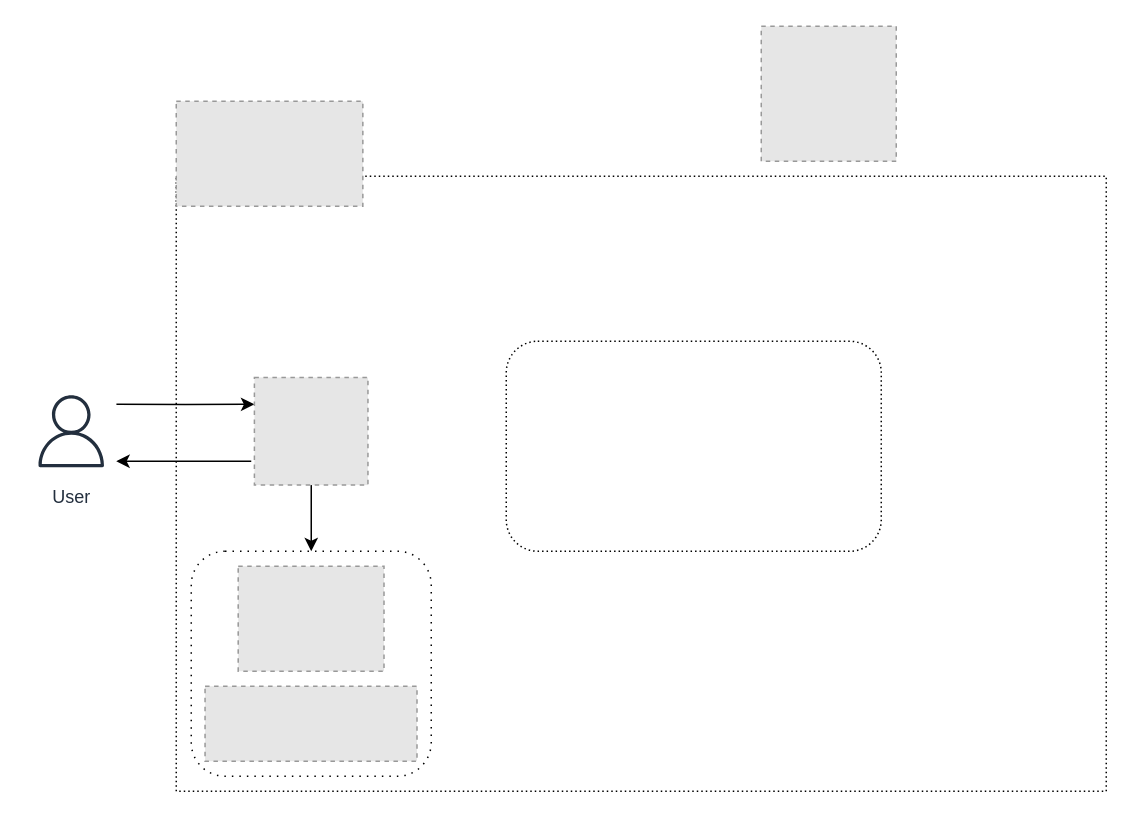
The draw.io diagram Untitled Diagram.drawio in seojinkim02/seojinkim02, before the edit. Source tidied: cells renumbered, new cells numbered last; positions are measured from the earlier drawing's top-left corner, leaving out a move shared by most shapes. Both pictures are drawn from the tidied source at 150%, with x=0, y=0 at pixel (26, 26). Pictures stored in the file or linked from it are replaced by grey dashed boxes.
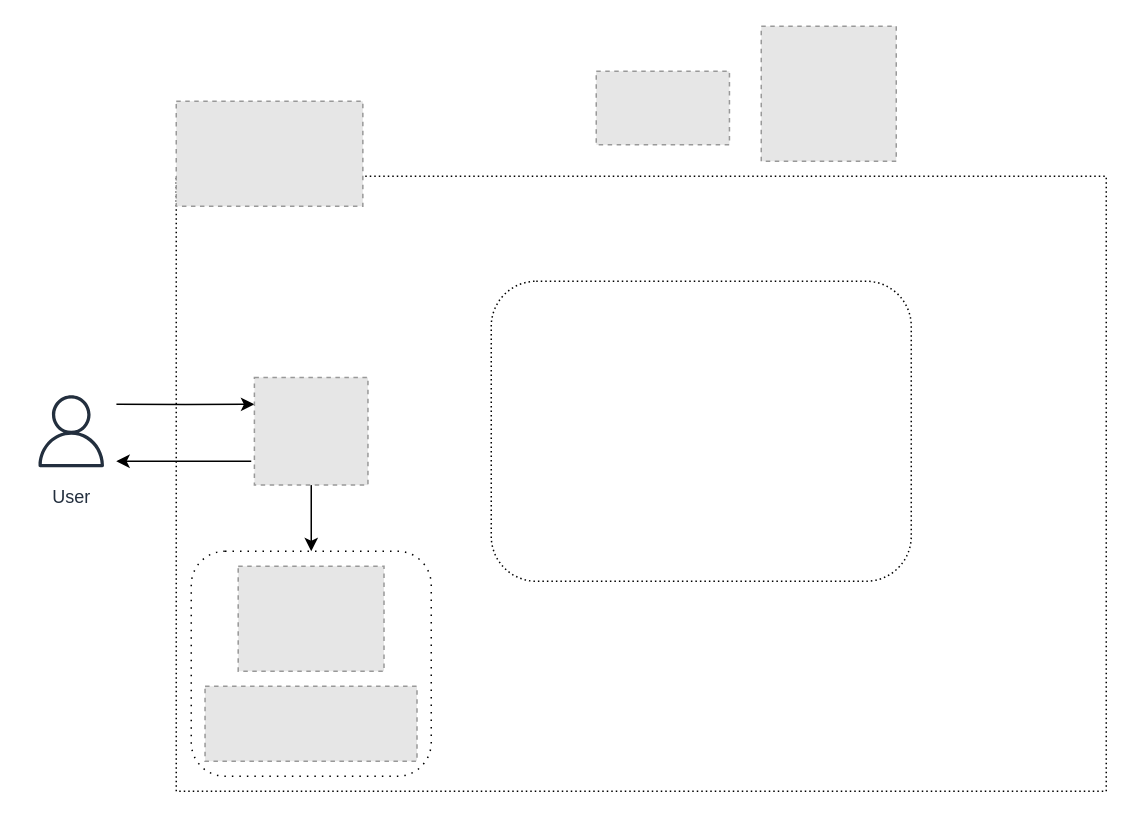
The same page after the edit.

What changed in the source:
```diff
@@
 <mxGraphModel>
   <root>
     <mxCell id="0" />
     <mxCell id="1" parent="0" />
     <mxCell id="2" style="rounded=0;whiteSpace=wrap;html=1;fillColor=none;dashed=1;dashPattern=1 2;" parent="1" vertex="1">
       <mxGeometry x="100" y="100" width="620" height="410" as="geometry" />
     </mxCell>
     <mxCell id="3" style="rounded=1;whiteSpace=wrap;html=1;fillColor=none;dashed=1;dashPattern=1 4;" parent="1" vertex="1">
       <mxGeometry x="110" y="350" width="160" height="150" as="geometry" />
     </mxCell>
     <mxCell id="4" style="edgeStyle=orthogonalEdgeStyle;rounded=0;jettySize=auto;html=1;entryX=0;entryY=0.25;entryDx=0;entryDy=0;exitX=1;exitY=0.201;exitDx=0;exitDy=0;exitPerimeter=0;" parent="1" edge="1" source="5" target="8">
       <mxGeometry relative="1" as="geometry" />
     </mxCell>
     <mxCell id="5" value="User" style="sketch=0;outlineConnect=0;fontColor=#232F3E;gradientColor=none;strokeColor=#232F3E;fillColor=#ffffff;dashed=0;verticalLabelPosition=bottom;verticalAlign=top;align=center;html=1;fontSize=12;fontStyle=0;shape=mxgraph.aws4.resourceIcon;resIcon=mxgraph.aws4.user;" parent="1" vertex="1">
       <mxGeometry y="240" width="60" height="60" as="geometry" />
     </mxCell>
     <mxCell id="6" style="edgeStyle=orthogonalEdgeStyle;rounded=0;jettySize=auto;html=1;entryX=0.5;entryY=0;entryDx=0;entryDy=0;" parent="1" edge="1" source="8" target="3">
       <mxGeometry relative="1" as="geometry" />
     </mxCell>
     <mxCell id="7" style="edgeStyle=orthogonalEdgeStyle;rounded=0;orthogonalLoop=1;jettySize=auto;html=1;" parent="1" edge="1">
       <mxGeometry relative="1" as="geometry">
         <mxPoint x="150" y="290" as="sourcePoint" />
         <mxPoint x="60" y="290" as="targetPoint" />
       </mxGeometry>
     </mxCell>
     <mxCell id="8" style="fillColor=#E6E6E6;strokeColor=#999999;dashed=1;verticalLabelPosition=bottom;labelBackgroundColor=default;verticalAlign=top;" parent="1" vertex="1">
       <mxGeometry x="152.1" y="234.1" width="75.7" height="71.8" as="geometry" />
     </mxCell>
     <mxCell id="9" style="fillColor=#E6E6E6;strokeColor=#999999;dashed=1;verticalLabelPosition=bottom;labelBackgroundColor=default;verticalAlign=top;" parent="1" vertex="1">
       <mxGeometry x="119.2" y="440" width="141.3" height="50" as="geometry" />
     </mxCell>
     <mxCell id="10" style="fillColor=#E6E6E6;strokeColor=#999999;dashed=1;verticalLabelPosition=bottom;labelBackgroundColor=default;verticalAlign=top;" parent="1" vertex="1">
       <mxGeometry x="141.3" y="360" width="97.2" height="70" as="geometry" />
     </mxCell>
     <mxCell id="11" style="rounded=1;whiteSpace=wrap;html=1;dashed=1;dashPattern=1 2;fillColor=none;" parent="1" vertex="1">
-      <mxGeometry x="320" y="210" width="250" height="140" as="geometry" />
+      <mxGeometry x="310" y="170" width="280" height="200" as="geometry" />
     </mxCell>
     <mxCell id="12" style="fillColor=#E6E6E6;strokeColor=#999999;dashed=1;verticalLabelPosition=bottom;labelBackgroundColor=default;verticalAlign=top;" parent="1" vertex="1">
       <mxGeometry x="100" y="50" width="124.4" height="70" as="geometry" />
     </mxCell>
     <mxCell id="13" style="fillColor=#E6E6E6;strokeColor=#999999;dashed=1;verticalLabelPosition=bottom;labelBackgroundColor=default;verticalAlign=top;" parent="1" vertex="1">
       <mxGeometry x="490" width="90" height="90" as="geometry" />
     </mxCell>
+    <mxCell id="14" style="fillColor=#E6E6E6;strokeColor=#999999;dashed=1;verticalLabelPosition=bottom;labelBackgroundColor=default;verticalAlign=top;" parent="1" vertex="1">
+      <mxGeometry x="380" y="30" width="88.8" height="49" as="geometry" />
+    </mxCell>
   </root>
 </mxGraphModel>
```
